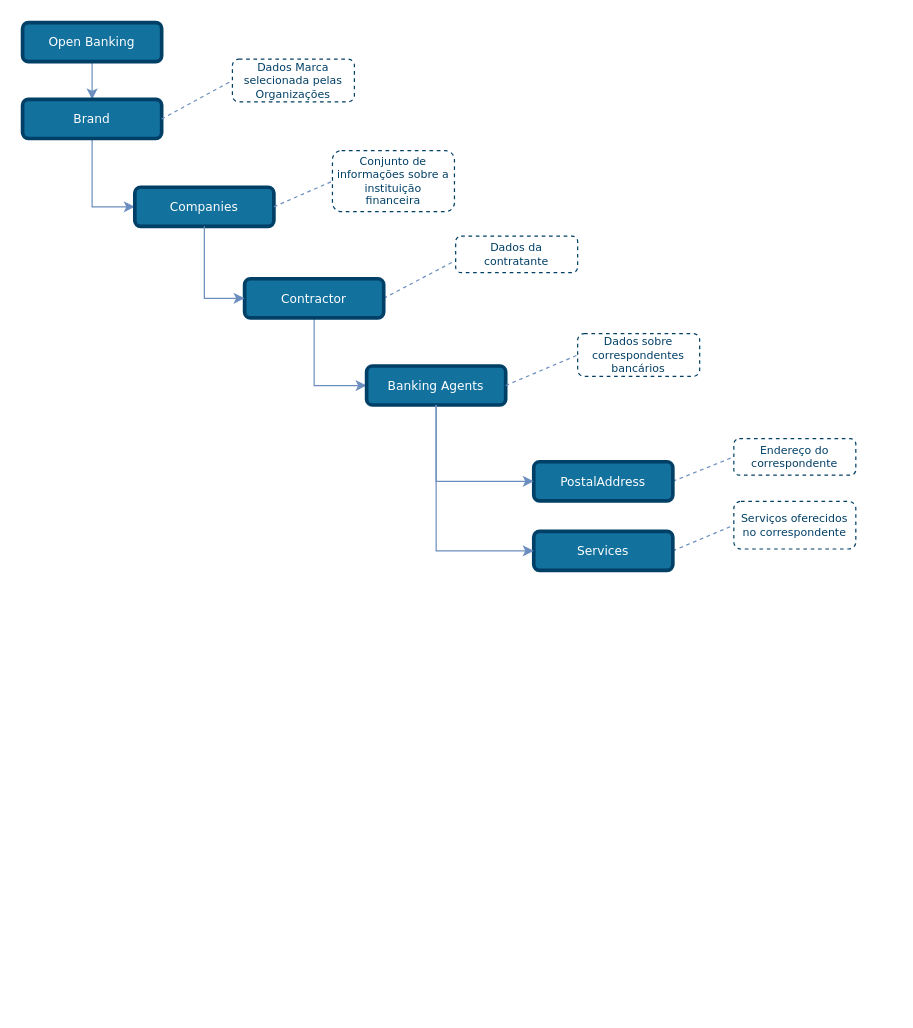
This is draw_io_diagrams/TLD_Banking_Agents_v1.drawio from OpenBanking-Brasil/areadesenvolvedor, a draw.io file, before an edit. Source tidied: cells renumbered, new cells numbered last; positions are measured from the earlier drawing's top-left corner, leaving out a move shared by most shapes. Both pictures are drawn from the tidied source at 122%, with x=0, y=0 at pixel (22, 22).
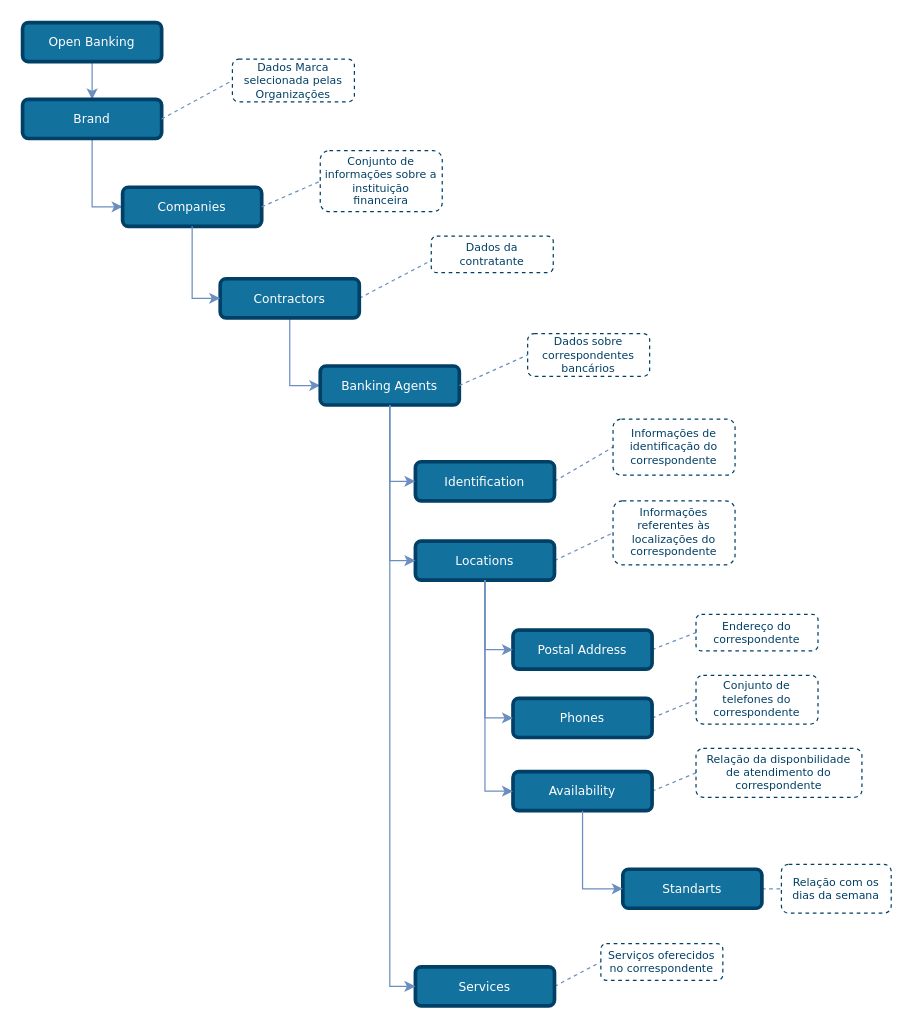
Above is the later version.

Commit message (it also covers changes not shown here):
FEBRABANSD-161 - Update BankingAgents Diagram

What changed in the source:
```diff
@@
     <mxCell id="5" style="edgeStyle=none;rounded=1;jettySize=auto;html=1;exitX=1;exitY=0.5;exitDx=0;exitDy=0;dashed=1;endArrow=none;endFill=0;endSize=6;strokeColor=#6C8EBF;" parent="1" edge="1" source="6">
       <mxGeometry relative="1" as="geometry">
-        <mxPoint x="355" y="195" as="targetPoint" />
+        <mxPoint x="335" y="195" as="targetPoint" />
       </mxGeometry>
     </mxCell>
-    <mxCell id="6" value="Contractor" style="rounded=1;whiteSpace=wrap;html=1;comic=0;shadow=0;backgroundOutline=0;snapToPoint=0;fixDash=0;strokeWidth=3;fontFamily=Verdana;fontStyle=0;labelBackgroundColor=none;labelBorderColor=none;fontSize=10;fillColor=#13719E;strokeColor=#003F66;fontColor=#ffffff;" parent="1" vertex="1">
-      <mxGeometry x="182" y="210" width="114" height="32" as="geometry" />
+    <mxCell id="6" value="Contractors" style="rounded=1;whiteSpace=wrap;html=1;comic=0;shadow=0;backgroundOutline=0;snapToPoint=0;fixDash=0;strokeWidth=3;fontFamily=Verdana;fontStyle=0;labelBackgroundColor=none;labelBorderColor=none;fontSize=10;fillColor=#13719E;strokeColor=#003F66;fontColor=#ffffff;" parent="1" vertex="1">
+      <mxGeometry x="162" y="210" width="114" height="32" as="geometry" />
     </mxCell>
@@
-    <mxCell id="8" value="Services" style="rounded=1;whiteSpace=wrap;html=1;comic=0;shadow=0;backgroundOutline=0;snapToPoint=0;fixDash=0;strokeWidth=3;fontFamily=Verdana;fontStyle=0;labelBackgroundColor=none;labelBorderColor=none;fontSize=10;fillColor=#13719E;strokeColor=#003F66;fontColor=#ffffff;" parent="1" vertex="1">
-      <mxGeometry x="419" y="417" width="114" height="32" as="geometry" />
+    <mxCell id="8" value="Locations" style="rounded=1;whiteSpace=wrap;html=1;comic=0;shadow=0;backgroundOutline=0;snapToPoint=0;fixDash=0;strokeWidth=3;fontFamily=Verdana;fontStyle=0;labelBackgroundColor=none;labelBorderColor=none;fontSize=10;fillColor=#13719E;strokeColor=#003F66;fontColor=#ffffff;" parent="1" vertex="1">
+      <mxGeometry x="322" y="425" width="114" height="32" as="geometry" />
     </mxCell>
     <mxCell id="9" value="&lt;font style=&quot;font-size: 9px&quot;&gt;Dados da contratante&lt;/font&gt;" style="rounded=1;whiteSpace=wrap;html=1;shadow=0;comic=0;strokeColor=#003F66;strokeWidth=1;fillColor=#ffffff;gradientColor=#ffffff;fontFamily=Verdana;fontSize=9;fontColor=#003F66;dashed=1;spacingLeft=5;spacing=0;spacingRight=5;spacingBottom=5;spacingTop=5;align=center;verticalAlign=middle;" parent="1" vertex="1">
-      <mxGeometry x="355" y="175" width="100" height="30" as="geometry" />
+      <mxGeometry x="335" y="175" width="100" height="30" as="geometry" />
     </mxCell>
     <mxCell id="10" value="Banking Agents" style="rounded=1;whiteSpace=wrap;html=1;comic=0;shadow=0;backgroundOutline=0;snapToPoint=0;fixDash=0;strokeWidth=3;fontFamily=Verdana;fontStyle=0;labelBackgroundColor=none;labelBorderColor=none;fontSize=10;fillColor=#13719E;strokeColor=#003F66;fontColor=#ffffff;" parent="1" vertex="1">
-      <mxGeometry x="282" y="281.5" width="114" height="32" as="geometry" />
+      <mxGeometry x="244" y="281.5" width="114" height="32" as="geometry" />
     </mxCell>
@@
-    <mxCell id="12" value="PostalAddress" style="rounded=1;comic=0;shadow=0;backgroundOutline=0;snapToPoint=0;fixDash=0;strokeWidth=3;fontFamily=Verdana;fontStyle=0;labelBorderColor=none;labelBackgroundColor=none;whiteSpace=wrap;html=1;fontSize=10;fillColor=#13719E;strokeColor=#003F66;fontColor=#ffffff;" parent="1" vertex="1">
-      <mxGeometry x="419" y="360" width="114" height="32" as="geometry" />
+    <mxCell id="12" value="Identification" style="rounded=1;comic=0;shadow=0;backgroundOutline=0;snapToPoint=0;fixDash=0;strokeWidth=3;fontFamily=Verdana;fontStyle=0;labelBorderColor=none;labelBackgroundColor=none;whiteSpace=wrap;html=1;fontSize=10;fillColor=#13719E;strokeColor=#003F66;fontColor=#ffffff;" parent="1" vertex="1">
+      <mxGeometry x="322" y="360" width="114" height="32" as="geometry" />
     </mxCell>
-    <mxCell id="13" value="&lt;font style=&quot;font-size: 9px&quot;&gt;Endereço do correspondente&lt;/font&gt;" style="rounded=1;whiteSpace=wrap;html=1;shadow=0;comic=0;strokeColor=#003F66;strokeWidth=1;fillColor=#ffffff;gradientColor=#ffffff;fontFamily=Verdana;fontSize=9;fontColor=#003F66;dashed=1;spacingLeft=5;spacing=0;spacingRight=5;spacingBottom=5;spacingTop=5;align=center;verticalAlign=middle;" parent="1" vertex="1">
-      <mxGeometry x="583" y="341" width="100" height="30" as="geometry" />
+    <mxCell id="13" value="&lt;font style=&quot;font-size: 9px&quot;&gt;Informações de identificação do correspondente&lt;/font&gt;" style="rounded=1;whiteSpace=wrap;html=1;shadow=0;comic=0;strokeColor=#003F66;strokeWidth=1;fillColor=#ffffff;gradientColor=#ffffff;fontFamily=Verdana;fontSize=9;fontColor=#003F66;dashed=1;spacingLeft=5;spacing=0;spacingRight=5;spacingBottom=5;spacingTop=5;align=center;verticalAlign=middle;" parent="1" vertex="1">
+      <mxGeometry x="484" y="325" width="100" height="46" as="geometry" />
     </mxCell>
-    <mxCell id="14" value="&lt;font style=&quot;font-size: 9px&quot;&gt;Serviços oferecidos no correspondente&lt;br&gt;&lt;/font&gt;" style="rounded=1;whiteSpace=wrap;html=1;shadow=0;comic=0;strokeColor=#003F66;strokeWidth=1;fillColor=#ffffff;gradientColor=#ffffff;fontFamily=Verdana;fontSize=9;fontColor=#003F66;dashed=1;spacingLeft=5;spacing=0;spacingRight=5;spacingBottom=5;spacingTop=5;align=center;verticalAlign=middle;" parent="1" vertex="1">
-      <mxGeometry x="583" y="392.5" width="100" height="39" as="geometry" />
+    <mxCell id="14" value="&lt;font style=&quot;font-size: 9px&quot;&gt;Informações referentes às localizações do correspondente&lt;br&gt;&lt;/font&gt;" style="rounded=1;whiteSpace=wrap;html=1;shadow=0;comic=0;strokeColor=#003F66;strokeWidth=1;fillColor=#ffffff;gradientColor=#ffffff;fontFamily=Verdana;fontSize=9;fontColor=#003F66;dashed=1;spacingLeft=5;spacing=0;spacingRight=5;spacingBottom=5;spacingTop=5;align=center;verticalAlign=middle;" parent="1" vertex="1">
+      <mxGeometry x="484" y="392" width="100" height="52.5" as="geometry" />
     </mxCell>
     <mxCell id="15" value="&lt;font style=&quot;font-size: 9px&quot;&gt;Dados sobre correspondentes bancários&lt;/font&gt;" style="rounded=1;whiteSpace=wrap;html=1;shadow=0;comic=0;strokeColor=#003F66;strokeWidth=1;fillColor=#ffffff;gradientColor=#ffffff;fontFamily=Verdana;fontSize=9;fontColor=#003F66;dashed=1;spacingLeft=5;spacing=0;spacingRight=5;spacingBottom=5;spacingTop=5;align=center;verticalAlign=middle;" parent="1" vertex="1">
-      <mxGeometry x="455" y="255" width="100" height="35" as="geometry" />
+      <mxGeometry x="414" y="255" width="100" height="35" as="geometry" />
     </mxCell>
@@
     <mxCell id="23" value="Companies" style="rounded=1;whiteSpace=wrap;html=1;comic=0;shadow=0;backgroundOutline=0;snapToPoint=0;fixDash=0;strokeWidth=3;fontFamily=Verdana;fontStyle=0;labelBackgroundColor=none;labelBorderColor=none;fontSize=10;fillColor=#13719E;strokeColor=#003F66;fontColor=#ffffff;" parent="1" vertex="1">
-      <mxGeometry x="92" y="135" width="114" height="32" as="geometry" />
+      <mxGeometry x="82" y="135" width="114" height="32" as="geometry" />
     </mxCell>
@@
     <mxCell id="26" value="&lt;font style=&quot;font-size: 9px&quot;&gt;Conjunto de informações sobre a instituição financeira&lt;/font&gt;" style="rounded=1;whiteSpace=wrap;html=1;shadow=0;comic=0;strokeColor=#003F66;strokeWidth=1;fillColor=#ffffff;gradientColor=#ffffff;fontFamily=Verdana;fontSize=9;fontColor=#003F66;dashed=1;spacingLeft=5;spacing=0;spacingRight=5;spacingBottom=5;spacingTop=5;align=center;verticalAlign=middle;" parent="1" vertex="1">
-      <mxGeometry x="254" y="105" width="100" height="50" as="geometry" />
+      <mxGeometry x="244" y="105" width="100" height="50" as="geometry" />
     </mxCell>
+    <mxCell id="27" style="rounded=1;jettySize=auto;html=1;exitX=1;exitY=0.5;exitDx=0;exitDy=0;entryX=0;entryY=0.5;entryDx=0;entryDy=0;endArrow=none;endFill=0;endSize=6;strokeColor=#6C8EBF;dashed=1;" parent="1" edge="1" source="28" target="29">
+      <mxGeometry relative="1" as="geometry" />
+    </mxCell>
+    <mxCell id="28" value="Services" style="rounded=1;comic=0;shadow=0;backgroundOutline=0;snapToPoint=0;fixDash=0;strokeWidth=3;fontFamily=Verdana;fontStyle=0;labelBorderColor=none;labelBackgroundColor=none;whiteSpace=wrap;html=1;fontSize=10;fillColor=#13719E;strokeColor=#003F66;fontColor=#ffffff;" parent="1" vertex="1">
+      <mxGeometry x="322" y="774" width="114" height="32" as="geometry" />
+    </mxCell>
+    <mxCell id="29" value="Serviços oferecidos no correspondente" style="rounded=1;whiteSpace=wrap;html=1;shadow=0;comic=0;strokeColor=#003F66;strokeWidth=1;fillColor=#ffffff;gradientColor=#ffffff;fontFamily=Verdana;fontSize=9;fontColor=#003F66;dashed=1;spacingLeft=5;spacing=0;spacingRight=5;spacingBottom=5;spacingTop=5;align=center;verticalAlign=middle;" parent="1" vertex="1">
+      <mxGeometry x="474" y="755" width="100" height="30" as="geometry" />
+    </mxCell>
+    <mxCell id="30" style="edgeStyle=orthogonalEdgeStyle;rounded=0;jettySize=auto;html=1;entryX=0;entryY=0.5;entryDx=0;entryDy=0;strokeColor=#6C8EBF;endArrow=classic;endFill=1;exitX=0.5;exitY=1;exitDx=0;exitDy=0;" parent="1" edge="1" source="10" target="28">
+      <mxGeometry relative="1" as="geometry" />
+    </mxCell>
+    <mxCell id="31" style="rounded=1;jettySize=auto;html=1;exitX=1;exitY=0.5;exitDx=0;exitDy=0;entryX=0;entryY=0.5;entryDx=0;entryDy=0;endArrow=none;endFill=0;endSize=6;strokeColor=#6C8EBF;dashed=1;" parent="1" edge="1" source="32" target="33">
+      <mxGeometry relative="1" as="geometry" />
+    </mxCell>
+    <mxCell id="32" value="Postal Address" style="rounded=1;comic=0;shadow=0;backgroundOutline=0;snapToPoint=0;fixDash=0;strokeWidth=3;fontFamily=Verdana;fontStyle=0;labelBorderColor=none;labelBackgroundColor=none;whiteSpace=wrap;html=1;fontSize=10;fillColor=#13719E;strokeColor=#003F66;fontColor=#ffffff;" parent="1" vertex="1">
+      <mxGeometry x="402" y="498" width="114" height="32" as="geometry" />
+    </mxCell>
+    <mxCell id="33" value="&lt;span&gt;Endereço do correspondente&lt;/span&gt;" style="rounded=1;whiteSpace=wrap;html=1;shadow=0;comic=0;strokeColor=#003F66;strokeWidth=1;fillColor=#ffffff;gradientColor=#ffffff;fontFamily=Verdana;fontSize=9;fontColor=#003F66;dashed=1;spacingLeft=5;spacing=0;spacingRight=5;spacingBottom=5;spacingTop=5;align=center;verticalAlign=middle;" parent="1" vertex="1">
+      <mxGeometry x="552" y="485" width="100" height="30" as="geometry" />
+    </mxCell>
+    <mxCell id="34" style="edgeStyle=orthogonalEdgeStyle;rounded=0;jettySize=auto;html=1;entryX=0;entryY=0.5;entryDx=0;entryDy=0;strokeColor=#6C8EBF;endArrow=classic;endFill=1;exitX=0.5;exitY=1;exitDx=0;exitDy=0;" parent="1" edge="1" source="8" target="32">
+      <mxGeometry relative="1" as="geometry" />
+    </mxCell>
+    <mxCell id="35" style="rounded=1;jettySize=auto;html=1;exitX=1;exitY=0.5;exitDx=0;exitDy=0;entryX=0;entryY=0.5;entryDx=0;entryDy=0;endArrow=none;endFill=0;endSize=6;strokeColor=#6C8EBF;dashed=1;" parent="1" edge="1" source="36" target="37">
+      <mxGeometry relative="1" as="geometry" />
+    </mxCell>
+    <mxCell id="36" value="Phones" style="rounded=1;comic=0;shadow=0;backgroundOutline=0;snapToPoint=0;fixDash=0;strokeWidth=3;fontFamily=Verdana;fontStyle=0;labelBorderColor=none;labelBackgroundColor=none;whiteSpace=wrap;html=1;fontSize=10;fillColor=#13719E;strokeColor=#003F66;fontColor=#ffffff;" parent="1" vertex="1">
+      <mxGeometry x="402" y="554" width="114" height="32" as="geometry" />
+    </mxCell>
+    <mxCell id="37" value="&lt;span&gt;Conjunto de telefones do correspondente&lt;/span&gt;" style="rounded=1;whiteSpace=wrap;html=1;shadow=0;comic=0;strokeColor=#003F66;strokeWidth=1;fillColor=#ffffff;gradientColor=#ffffff;fontFamily=Verdana;fontSize=9;fontColor=#003F66;dashed=1;spacingLeft=5;spacing=0;spacingRight=5;spacingBottom=5;spacingTop=5;align=center;verticalAlign=middle;" parent="1" vertex="1">
+      <mxGeometry x="552" y="535" width="100" height="40" as="geometry" />
+    </mxCell>
+    <mxCell id="38" style="edgeStyle=orthogonalEdgeStyle;rounded=0;jettySize=auto;html=1;entryX=0;entryY=0.5;entryDx=0;entryDy=0;strokeColor=#6C8EBF;endArrow=classic;endFill=1;exitX=0.5;exitY=1;exitDx=0;exitDy=0;" parent="1" edge="1" source="8" target="36">
+      <mxGeometry relative="1" as="geometry" />
+    </mxCell>
+    <mxCell id="39" style="rounded=1;jettySize=auto;html=1;exitX=1;exitY=0.5;exitDx=0;exitDy=0;entryX=0;entryY=0.5;entryDx=0;entryDy=0;endArrow=none;endFill=0;endSize=6;strokeColor=#6C8EBF;dashed=1;" parent="1" edge="1" source="40" target="41">
+      <mxGeometry relative="1" as="geometry" />
+    </mxCell>
+    <mxCell id="40" value="Availability" style="rounded=1;comic=0;shadow=0;backgroundOutline=0;snapToPoint=0;fixDash=0;strokeWidth=3;fontFamily=Verdana;fontStyle=0;labelBorderColor=none;labelBackgroundColor=none;whiteSpace=wrap;html=1;fontSize=10;fillColor=#13719E;strokeColor=#003F66;fontColor=#ffffff;" parent="1" vertex="1">
+      <mxGeometry x="402" y="614" width="114" height="32" as="geometry" />
+    </mxCell>
+    <mxCell id="41" value="Relação da disponbilidade de atendimento do correspondente" style="rounded=1;whiteSpace=wrap;html=1;shadow=0;comic=0;strokeColor=#003F66;strokeWidth=1;fillColor=#ffffff;gradientColor=#ffffff;fontFamily=Verdana;fontSize=9;fontColor=#003F66;dashed=1;spacingLeft=5;spacing=0;spacingRight=5;spacingBottom=5;spacingTop=5;align=center;verticalAlign=middle;" parent="1" vertex="1">
+      <mxGeometry x="552" y="595" width="136" height="40" as="geometry" />
+    </mxCell>
+    <mxCell id="42" style="edgeStyle=orthogonalEdgeStyle;rounded=0;jettySize=auto;html=1;entryX=0;entryY=0.5;entryDx=0;entryDy=0;strokeColor=#6C8EBF;endArrow=classic;endFill=1;" parent="1" edge="1" source="8" target="40">
+      <mxGeometry relative="1" as="geometry" />
+    </mxCell>
+    <mxCell id="43" style="rounded=1;jettySize=auto;html=1;exitX=1;exitY=0.5;exitDx=0;exitDy=0;entryX=0;entryY=0.5;entryDx=0;entryDy=0;endArrow=none;endFill=0;endSize=6;strokeColor=#6C8EBF;dashed=1;" parent="1" edge="1" source="44" target="45">
+      <mxGeometry relative="1" as="geometry" />
+    </mxCell>
+    <mxCell id="44" value="Standarts" style="rounded=1;comic=0;shadow=0;backgroundOutline=0;snapToPoint=0;fixDash=0;strokeWidth=3;fontFamily=Verdana;fontStyle=0;labelBorderColor=none;labelBackgroundColor=none;whiteSpace=wrap;html=1;fontSize=10;fillColor=#13719E;strokeColor=#003F66;fontColor=#ffffff;" parent="1" vertex="1">
+      <mxGeometry x="492" y="694" width="114" height="32" as="geometry" />
+    </mxCell>
+    <mxCell id="45" value="Relação com os dias da semana" style="rounded=1;whiteSpace=wrap;html=1;shadow=0;comic=0;strokeColor=#003F66;strokeWidth=1;fillColor=#ffffff;gradientColor=#ffffff;fontFamily=Verdana;fontSize=9;fontColor=#003F66;dashed=1;spacingLeft=5;spacing=0;spacingRight=5;spacingBottom=5;spacingTop=5;align=center;verticalAlign=middle;" parent="1" vertex="1">
+      <mxGeometry x="622" y="690" width="90" height="40" as="geometry" />
+    </mxCell>
+    <mxCell id="46" style="edgeStyle=orthogonalEdgeStyle;rounded=0;jettySize=auto;html=1;entryX=0;entryY=0.5;entryDx=0;entryDy=0;strokeColor=#6C8EBF;endArrow=classic;endFill=1;exitX=0.5;exitY=1;exitDx=0;exitDy=0;" parent="1" edge="1" source="40" target="44">
+      <mxGeometry relative="1" as="geometry" />
+    </mxCell>
```
